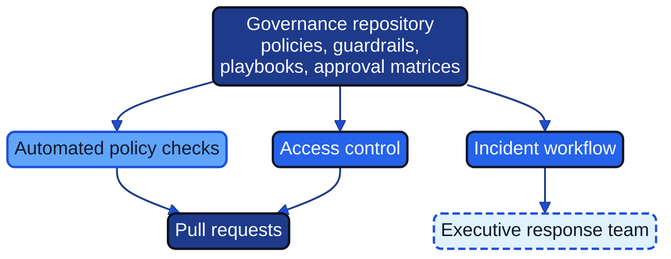
Before: docs/images/diagram_19_governance_pipeline.png, a diagram exported from Mermaid (Geonitab/architecture_as_code). Its source is kept beside it as docs/images/diagram_19_governance_pipeline.mmd.
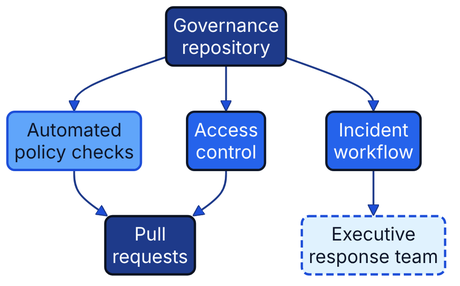
The same diagram one commit later.

What changed in the source:
```diff
@@ -1,10 +1,10 @@
-graph TD
-    Repo["Governance repository<br/>policies, guardrails,<br/>playbooks, approval matrices"]:::geon-primary
-    Checks[Automated policy checks]:::geon-highlight
-    Workflow[Incident workflow]:::geon-accent
-    IAM[Access control]:::geon-accent
-    PR[Pull requests]:::geon-primary
-    Response[Executive response team]:::geon-muted
+graph TB
+    Repo["Governance<br/>repository"]:::geon-primary
+    Checks["Automated<br/>policy checks"]:::geon-highlight
+    Workflow["Incident<br/>workflow"]:::geon-accent
+    IAM["Access<br/>control"]:::geon-accent
+    PR["Pull<br/>requests"]:::geon-primary
+    Response["Executive<br/>response team"]:::geon-muted
 
     Repo --> Checks
     Repo --> Workflow
```
